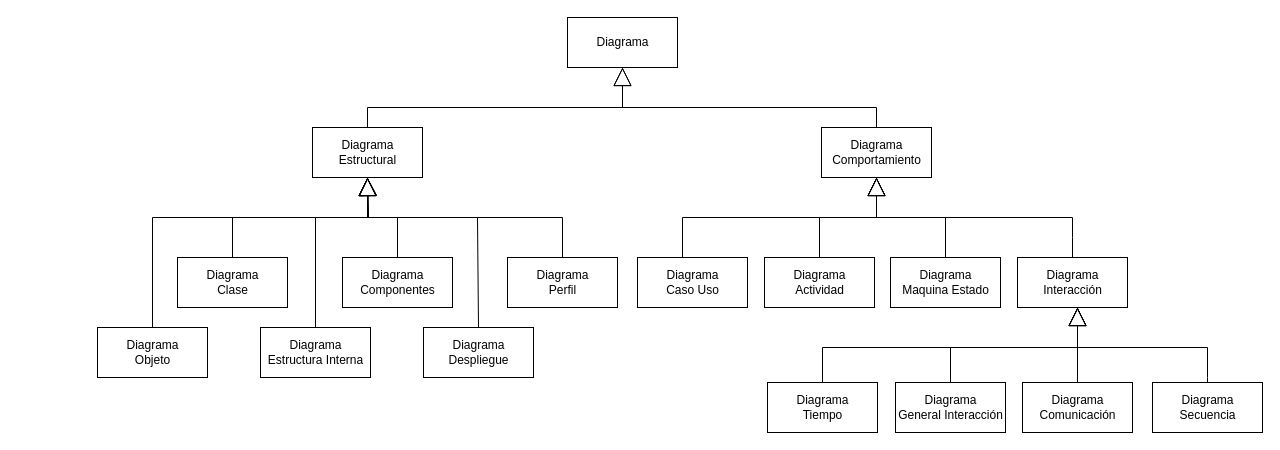
Above: umlDiagram.drawio in mpaulaherrero/IS (draw.io), before the change. Source tidied: cells renumbered, new cells numbered last; positions are measured from the earlier drawing's top-left corner, leaving out a move shared by most shapes. Both pictures are drawn from the tidied source at 100%, with x=0, y=0 at pixel (97, 17).
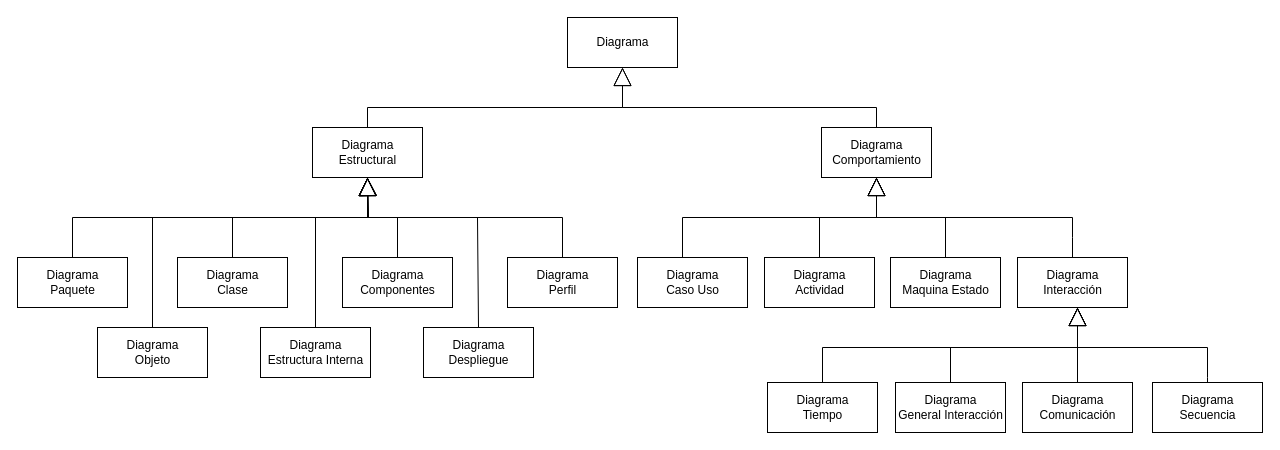
After the change.

Change to the diagram source:
```diff
@@
+    <mxCell id="35" value="&lt;div&gt;Diagrama &lt;br&gt;&lt;/div&gt;&lt;div&gt;Paquete&lt;br&gt;&lt;/div&gt;" style="html=1;" parent="1" vertex="1">
+      <mxGeometry x="-80" y="240" width="110" height="50" as="geometry" />
+    </mxCell>
+    <mxCell id="36" style="endArrow=block;endSize=16;endFill=0;html=1;rounded=0;exitX=0.5;exitY=0;exitDx=0;exitDy=0;" parent="1" edge="1" source="35">
+      <mxGeometry relative="1" as="geometry">
+        <mxPoint x="270" y="160" as="targetPoint" />
+        <Array as="points">
+          <mxPoint x="-25" y="200" />
+          <mxPoint x="270" y="200" />
+        </Array>
+      </mxGeometry>
+    </mxCell>
```
